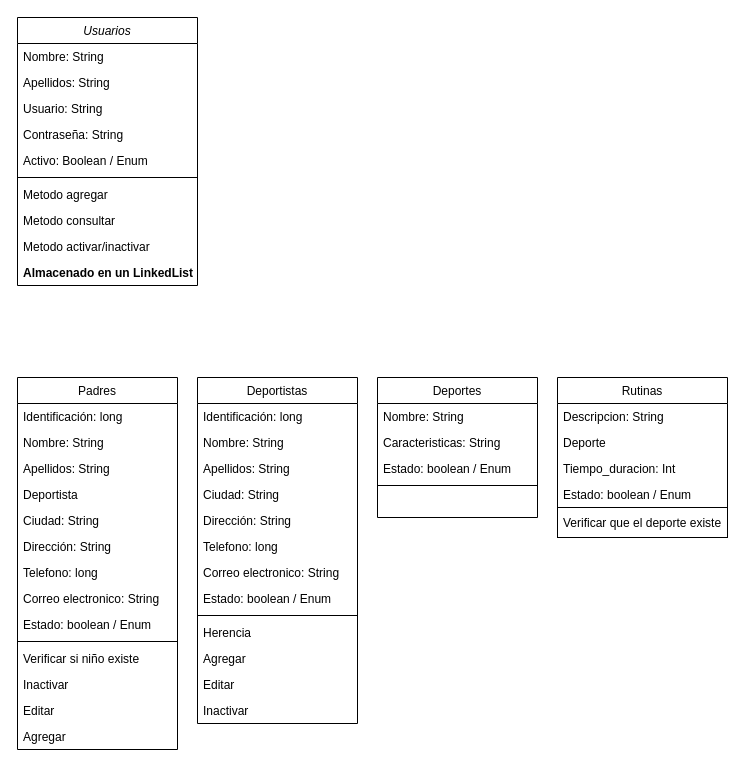
Earlier version of the draw.io diagram Modules Diagram.drawio (liangbinjie/CazaTalentos). Source tidied: cells renumbered, new cells numbered last; positions are measured from the earlier drawing's top-left corner, leaving out a move shared by most shapes. Both pictures are drawn from the tidied source at 100%, with x=0, y=0 at pixel (17, 17).
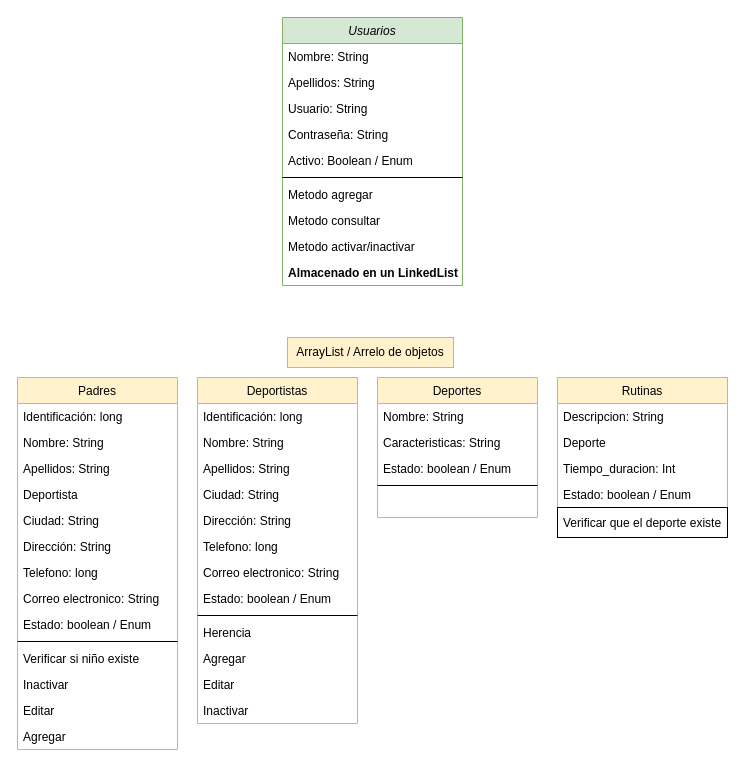
The same page after the edit.

What changed in the source:
```diff
@@
-    <mxCell id="2" value="Usuarios" style="swimlane;fontStyle=2;align=center;verticalAlign=top;horizontal=1;startSize=26;rounded=0;shadow=0;strokeWidth=1;" parent="1" vertex="1">
-      <mxGeometry width="180" height="268" as="geometry" />
+    <mxCell id="2" value="Usuarios" style="swimlane;fontStyle=2;align=center;verticalAlign=top;horizontal=1;startSize=26;rounded=0;shadow=0;strokeWidth=1;fillColor=#d5e8d4;strokeColor=#82b366;" parent="1" vertex="1">
+      <mxGeometry x="265" width="180" height="268" as="geometry" />
     </mxCell>
@@
-    <mxCell id="13" value="Deportistas" style="swimlane;fontStyle=0;align=center;verticalAlign=top;horizontal=1;startSize=26;rounded=0;shadow=0;strokeWidth=1;" parent="1" vertex="1">
+    <mxCell id="13" value="Deportistas" style="swimlane;fontStyle=0;align=center;verticalAlign=top;horizontal=1;startSize=26;rounded=0;shadow=0;strokeWidth=1;fillColor=#fff2cc;strokeColor=#d6b656;" parent="1" vertex="1">
       <mxGeometry x="180" y="360" width="160" height="346" as="geometry" />
     </mxCell>
@@
-    <mxCell id="27" value="Deportes" style="swimlane;fontStyle=0;align=center;verticalAlign=top;horizontal=1;startSize=26;rounded=0;shadow=0;strokeWidth=1;" parent="1" vertex="1">
+    <mxCell id="27" value="Deportes" style="swimlane;fontStyle=0;align=center;verticalAlign=top;horizontal=1;startSize=26;rounded=0;shadow=0;strokeWidth=1;fillColor=#fff2cc;strokeColor=#d6b656;" parent="1" vertex="1">
       <mxGeometry x="360" y="360" width="160" height="140" as="geometry" />
     </mxCell>
@@
-    <mxCell id="32" value="Padres" style="swimlane;fontStyle=0;align=center;verticalAlign=top;horizontal=1;startSize=26;rounded=0;shadow=0;strokeWidth=1;" parent="1" vertex="1">
+    <mxCell id="32" value="Padres" style="swimlane;fontStyle=0;align=center;verticalAlign=top;horizontal=1;startSize=26;rounded=0;shadow=0;strokeWidth=1;fillColor=#fff2cc;strokeColor=#d6b656;" parent="1" vertex="1">
       <mxGeometry y="360" width="160" height="372" as="geometry" />
     </mxCell>
@@
-    <mxCell id="47" value="Rutinas" style="swimlane;fontStyle=0;align=center;verticalAlign=top;horizontal=1;startSize=26;rounded=0;shadow=0;strokeWidth=1;" parent="1" vertex="1">
+    <mxCell id="47" value="Rutinas" style="swimlane;fontStyle=0;align=center;verticalAlign=top;horizontal=1;startSize=26;rounded=0;shadow=0;strokeWidth=1;fillColor=#fff2cc;strokeColor=#d6b656;" parent="1" vertex="1">
       <mxGeometry x="540" y="360" width="170" height="160" as="geometry" />
     </mxCell>
@@
+    <mxCell id="53" value="ArrayList / Arrelo de objetos" style="text;html=1;strokeColor=#d6b656;fillColor=#fff2cc;align=center;verticalAlign=middle;whiteSpace=wrap;rounded=0;" parent="1" vertex="1">
+      <mxGeometry x="270" y="320" width="166" height="30" as="geometry" />
+    </mxCell>
```
